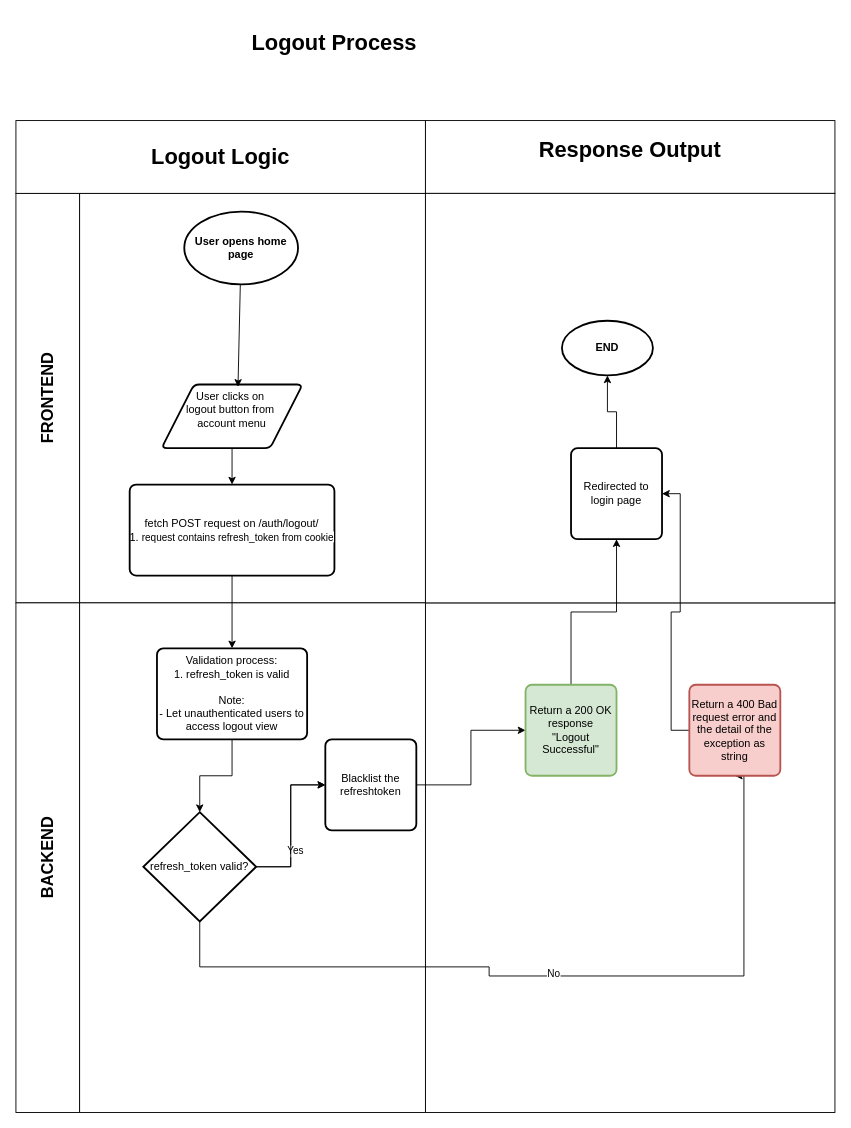
This is page "auth_logout-process" (2 of 3) of E-Commerce API Business Process.drawio from RHILIUS/drawio, a draw.io file, before an edit. Source tidied: cells renumbered, new cells numbered last; positions are measured from the earlier drawing's top-left corner, leaving out a move shared by most shapes. Both pictures are drawn from the tidied source at 91%, with x=0, y=0 at pixel (15, 20).
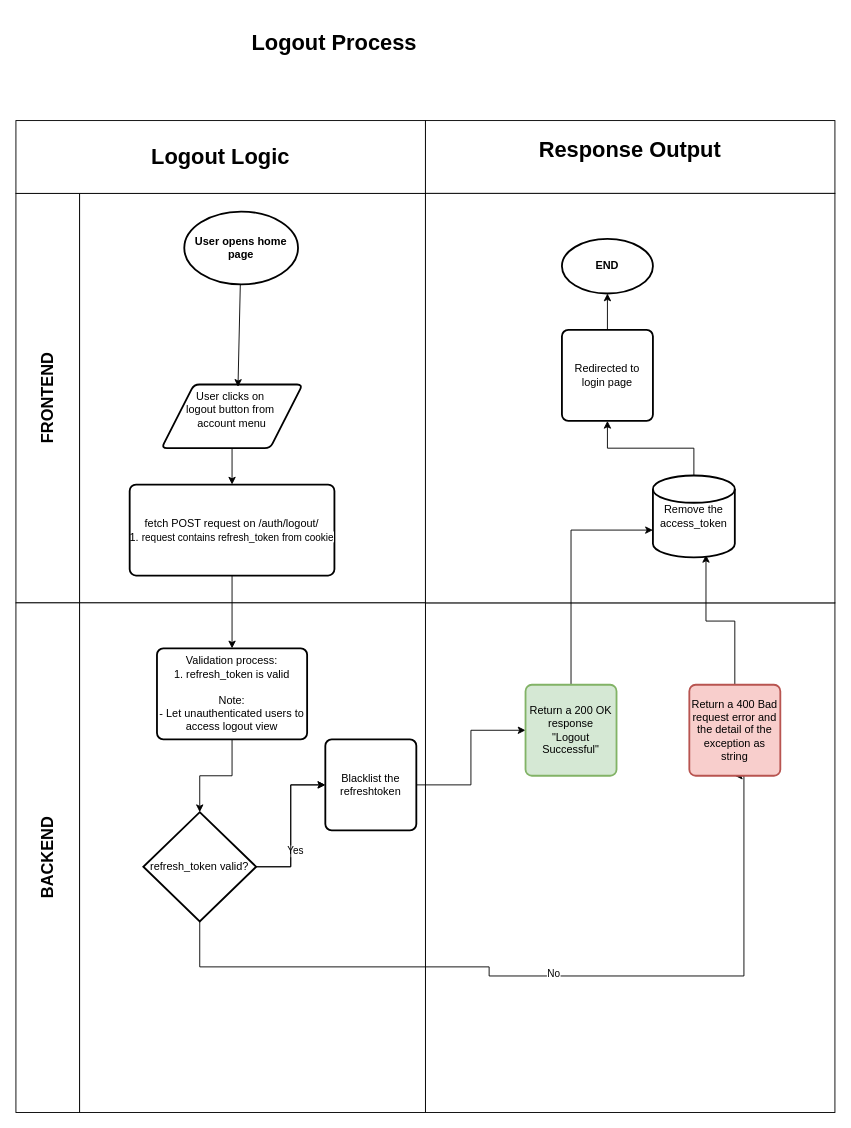
Above is the later version.

Commit message:
Update logout process

The change refers to these unchanged cells:
```xml
<mxCell id="28" value="Return a 400 Bad request error and the detail of the exception as string" style="rounded=1;whiteSpace=wrap;html=1;absoluteArcSize=1;arcSize=14;strokeWidth=2;fillColor=#f8cecc;strokeColor=#b85450;" parent="1" vertex="1">
  <mxGeometry x="740" y="730" width="100" height="100" as="geometry" />
</mxCell>
<mxCell id="30" value="Return a 200 OK response&lt;br&gt;&quot;Logout Successful&quot;" style="rounded=1;whiteSpace=wrap;html=1;absoluteArcSize=1;arcSize=14;strokeWidth=2;fillColor=#d5e8d4;strokeColor=#82b366;" parent="1" vertex="1">
  <mxGeometry x="560" y="730" width="100" height="100" as="geometry" />
</mxCell>
```

The edit, as a diff of the source:
```diff
@@
-    <mxCell id="27" style="edgeStyle=orthogonalEdgeStyle;rounded=0;jettySize=auto;html=1;entryX=1;entryY=0.5;entryDx=0;entryDy=0;" parent="1" edge="1" source="28" target="31">
+    <mxCell id="27" style="edgeStyle=orthogonalEdgeStyle;rounded=0;jettySize=auto;html=1;entryX=0.648;entryY=0.97;entryDx=0;entryDy=0;entryPerimeter=0;" parent="1" edge="1" source="28" target="35">
       <mxGeometry relative="1" as="geometry" />
     </mxCell>
@@
-    <mxCell id="29" style="edgeStyle=orthogonalEdgeStyle;rounded=0;jettySize=auto;html=1;entryX=0.5;entryY=1;entryDx=0;entryDy=0;" parent="1" edge="1" source="30" target="31">
-      <mxGeometry relative="1" as="geometry" />
+    <mxCell id="29" style="edgeStyle=orthogonalEdgeStyle;rounded=0;jettySize=auto;html=1;entryX=0;entryY=0.667;entryDx=0;entryDy=0;entryPerimeter=0;" parent="1" edge="1" target="35">
+      <mxGeometry relative="1" as="geometry">
+        <mxPoint x="610" y="730" as="sourcePoint" />
+        <Array as="points">
+          <mxPoint x="610" y="560" />
+        </Array>
+      </mxGeometry>
     </mxCell>
@@
     <mxCell id="31" value="Redirected to login page" style="rounded=1;whiteSpace=wrap;html=1;absoluteArcSize=1;arcSize=14;strokeWidth=2;" parent="1" vertex="1">
-      <mxGeometry x="610" y="470" width="100" height="100" as="geometry" />
+      <mxGeometry x="600" y="340" width="100" height="100" as="geometry" />
     </mxCell>
     <mxCell id="32" value="&lt;b&gt;END&lt;/b&gt;" style="strokeWidth=2;html=1;shape=mxgraph.flowchart.start_1;whiteSpace=wrap;" parent="1" vertex="1">
-      <mxGeometry x="600" y="330" width="100" height="60" as="geometry" />
+      <mxGeometry x="600" y="240" width="100" height="60" as="geometry" />
     </mxCell>
@@
+    <mxCell id="34" style="edgeStyle=orthogonalEdgeStyle;rounded=0;jettySize=auto;html=1;entryX=0.5;entryY=1;entryDx=0;entryDy=0;" parent="1" edge="1" source="35" target="31">
+      <mxGeometry relative="1" as="geometry" />
+    </mxCell>
+    <mxCell id="35" value="Remove the access_token" style="strokeWidth=2;html=1;shape=mxgraph.flowchart.database;whiteSpace=wrap;" parent="1" vertex="1">
+      <mxGeometry x="700" y="500" width="90" height="90" as="geometry" />
+    </mxCell>
```
